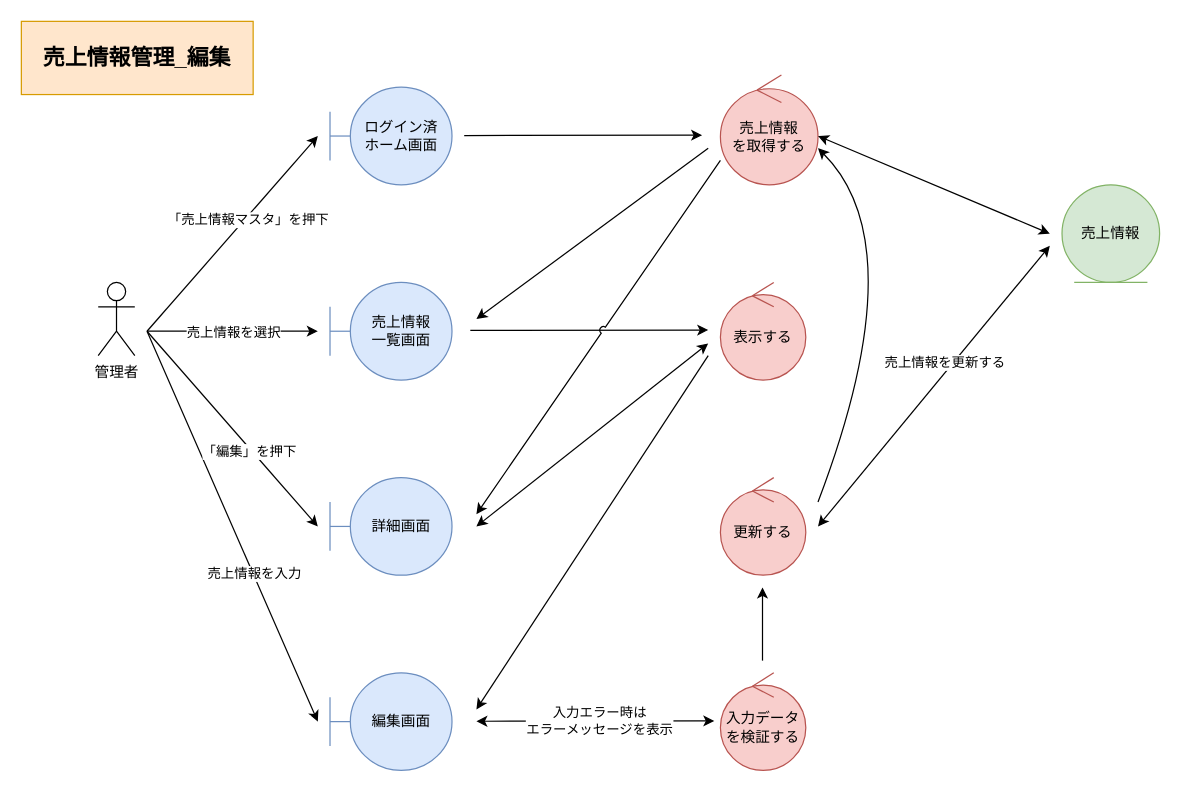
Before: page "*売上情報管理_編集" (2 of 3) of 各種設計書/3ロバストネス図/マスタ管理/6.売上情報マスタ.drawio in HaruShim/Sotuken, a draw.io diagram. Source tidied: cells renumbered, new cells numbered last; positions are measured from the earlier drawing's top-left corner, leaving out a move shared by most shapes. Both pictures are drawn from the tidied source at 122%, with x=0, y=0 at pixel (21, 21).
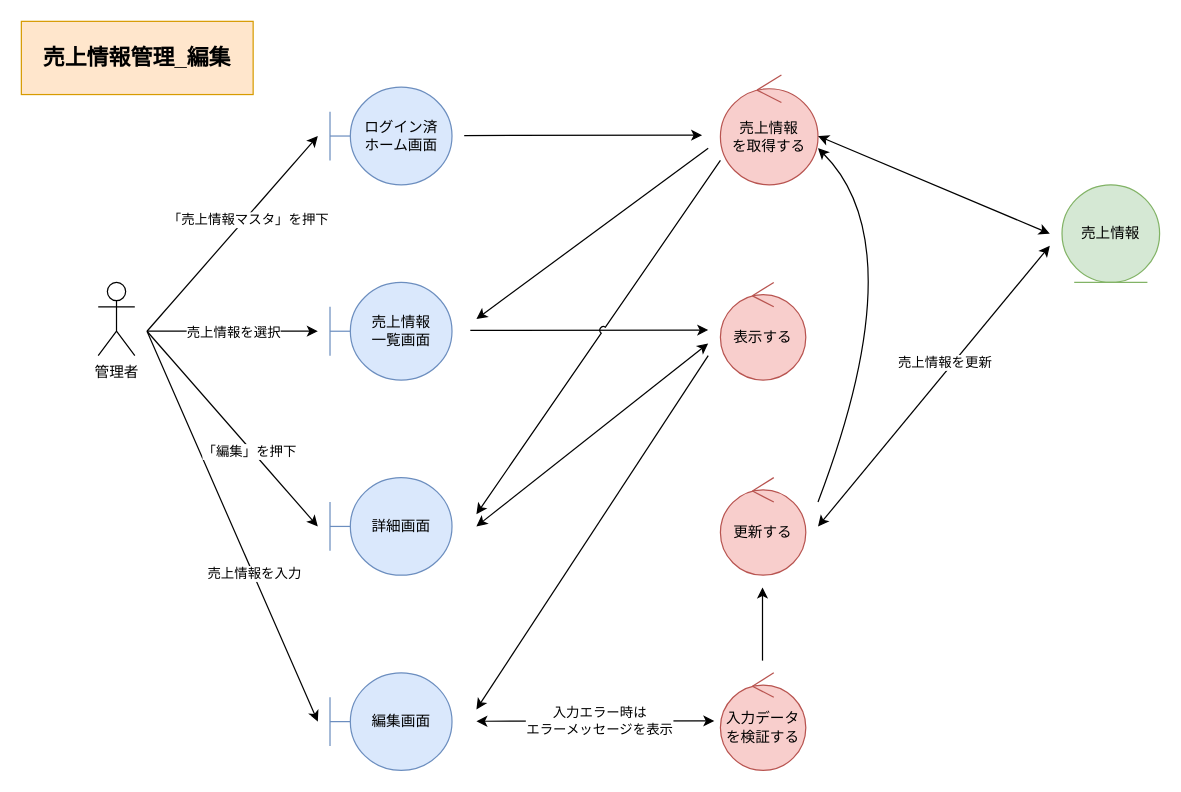
After the change.

The change refers to these unchanged cells:
```xml
<mxCell id="22" style="endArrow=classic;html=1;rounded=0;startArrow=classic;startFill=1;" parent="1" edge="1">
  <mxGeometry relative="1" as="geometry">
    <mxPoint x="653" y="414" as="sourcePoint" />
    <mxPoint x="843" y="184" as="targetPoint" />
  </mxGeometry>
</mxCell>
```

The edit, as a diff of the source:
```diff
@@
-    <mxCell id="23" value="売上情報を更新する" style="edgeLabel;html=1;align=center;verticalAlign=middle;" parent="22" vertex="1">
+    <mxCell id="23" value="売上情報を更新" style="edgeLabel;html=1;align=center;verticalAlign=middle;" parent="22" vertex="1">
       <mxGeometry x="0.13" y="6" relative="1" as="geometry" />
     </mxCell>
```
